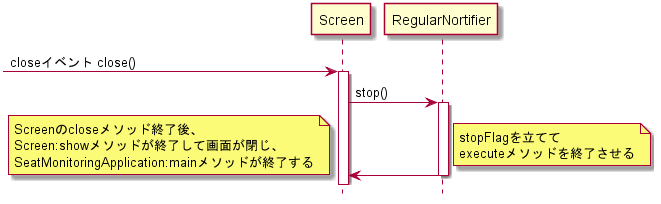
The PlantUML diagram doc/詳細設計/詳細設計書/構成図/システム終了シーケンス図.png in KeisukeSugita/Seat-monitoring-system, before a commit.
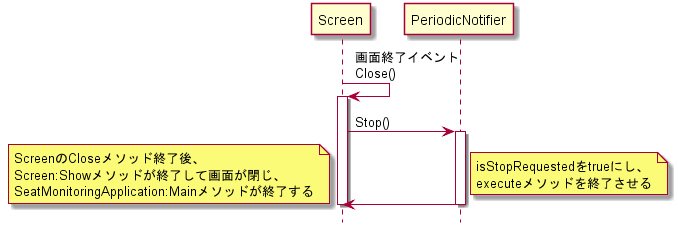
The same diagram one commit later.

The edit, as a diff of the source:
```diff
@@ -2,22 +2,23 @@
 hide footbox
 
 participant "Screen" as Screen
-participant "RegularNortifier" as RegularNortifier
+participant "PeriodicNotifier" as PeriodicNotifier
 
--> Screen :closeイベント close()
+Screen -> Screen :画面終了イベント\nClose()
 activate Screen
-Screen -> RegularNortifier :stop()
-activate RegularNortifier
-Screen <- RegularNortifier
-deactivate RegularNortifier
+Screen -> PeriodicNotifier :Stop()
+activate PeriodicNotifier
+Screen <- PeriodicNotifier
+deactivate PeriodicNotifier
+deactivate Screen
 note right
-	stopFlagを立てて
+	isStopRequestedをtrueにし、
 	executeメソッドを終了させる
 end note
 note left
-	Screenのcloseメソッド終了後、
-	Screen:showメソッドが終了して画面が閉じ、
-	SeatMonitoringApplication:mainメソッドが終了する
+	ScreenのCloseメソッド終了後、
+	Screen:Showメソッドが終了して画面が閉じ、
+	SeatMonitoringApplication:Mainメソッドが終了する
 end note
 
 @enduml
```
